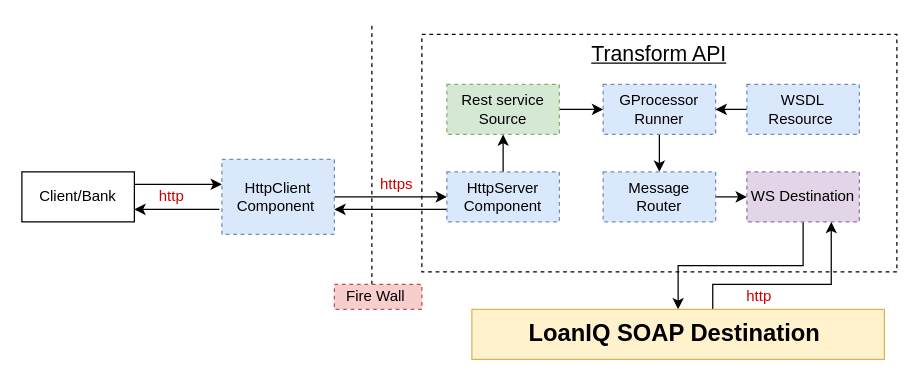
Earlier version of the draw.io diagram page "Page-2" (2 of 2) of src/Untitled Diagram.drawio (thrivikramarajarao/easy_test_domain). Source tidied: cells renumbered, new cells numbered last; positions are measured from the earlier drawing's top-left corner, leaving out a move shared by most shapes. Both pictures are drawn from the tidied source at 125%, with x=0, y=0 at pixel (21, 21).
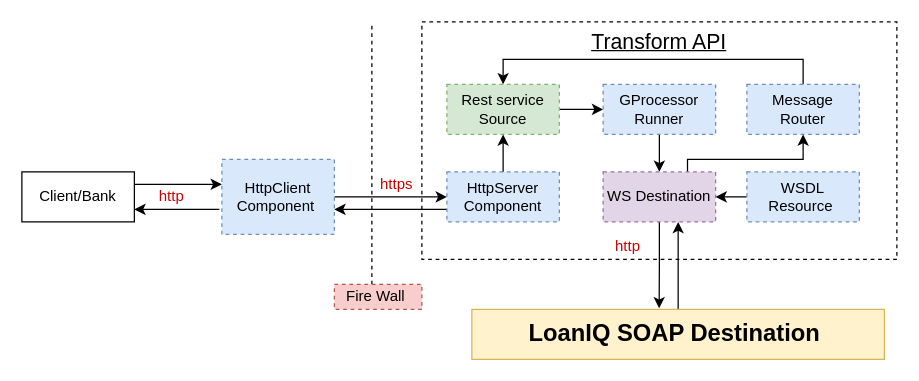
After the change.

Unchanged cells that the change refers to:
```xml
<mxCell id="11" value="Rest service Source" style="rounded=0;whiteSpace=wrap;html=1;fillColor=#d5e8d4;strokeColor=#82b366;dashed=1;" parent="1" vertex="1">
  <mxGeometry x="340" y="50" width="90" height="40" as="geometry" />
</mxCell>
<mxCell id="13" value="GProcessor Runner" style="rounded=0;whiteSpace=wrap;html=1;fillColor=#dae8fc;strokeColor=#6c8ebf;dashed=1;" parent="1" vertex="1">
  <mxGeometry x="465" y="50" width="90" height="40" as="geometry" />
</mxCell>
<mxCell id="24" value="&lt;b&gt;&lt;font style=&quot;font-size: 19px&quot;&gt;LoanIQ SOAP Destination&amp;nbsp;&lt;/font&gt;&lt;/b&gt;" style="rounded=0;whiteSpace=wrap;html=1;fillColor=#fff2cc;strokeColor=#d6b656;" parent="1" vertex="1">
  <mxGeometry x="360" y="230" width="330" height="40" as="geometry" />
</mxCell>
```

What changed in the source:
```diff
@@
     <mxCell id="2" value="Transform API" style="rounded=0;whiteSpace=wrap;html=1;dashed=1;verticalAlign=top;fontSize=17;fontStyle=4;" parent="1" vertex="1">
-      <mxGeometry x="320" y="10" width="380" height="190" as="geometry" />
+      <mxGeometry x="320" width="380" height="190" as="geometry" />
     </mxCell>
@@
-    <mxCell id="12" style="edgeStyle=orthogonalEdgeStyle;rounded=0;jettySize=auto;html=1;exitX=0.5;exitY=1;exitDx=0;exitDy=0;" parent="1" edge="1" source="13" target="20">
-      <mxGeometry relative="1" as="geometry" />
-    </mxCell>
+    <mxCell id="28" style="edgeStyle=orthogonalEdgeStyle;rounded=0;jettySize=auto;html=1;exitX=0.5;exitY=1;exitDx=0;exitDy=0;entryX=0.5;entryY=0;entryDx=0;entryDy=0;fontSize=12;fontColor=#CC0000;" parent="1" edge="1" source="13" target="22">
+      <mxGeometry relative="1" as="geometry" />
+    </mxCell>
@@
-    <mxCell id="14" style="edgeStyle=orthogonalEdgeStyle;rounded=0;jettySize=auto;html=1;exitX=0;exitY=0.5;exitDx=0;exitDy=0;entryX=1;entryY=0.5;entryDx=0;entryDy=0;" parent="1" edge="1" source="15" target="13">
-      <mxGeometry relative="1" as="geometry" />
-    </mxCell>
+    <mxCell id="29" style="edgeStyle=orthogonalEdgeStyle;rounded=0;jettySize=auto;html=1;entryX=1;entryY=0.5;entryDx=0;entryDy=0;fontSize=12;fontColor=#CC0000;" parent="1" edge="1" source="15" target="22">
+      <mxGeometry relative="1" as="geometry" />
+    </mxCell>
     <mxCell id="15" value="WSDL Resource&amp;nbsp;" style="rounded=0;whiteSpace=wrap;html=1;fillColor=#dae8fc;strokeColor=#6c8ebf;dashed=1;" parent="1" vertex="1">
-      <mxGeometry x="580" y="50" width="90" height="40" as="geometry" />
+      <mxGeometry x="580" y="120" width="90" height="40" as="geometry" />
     </mxCell>
@@
-    <mxCell id="19" style="edgeStyle=orthogonalEdgeStyle;rounded=0;jettySize=auto;html=1;exitX=1;exitY=0.5;exitDx=0;exitDy=0;entryX=0;entryY=0.5;entryDx=0;entryDy=0;" parent="1" edge="1" source="20" target="22">
-      <mxGeometry relative="1" as="geometry" />
-    </mxCell>
+    <mxCell id="30" style="edgeStyle=orthogonalEdgeStyle;rounded=0;jettySize=auto;html=1;exitX=0.5;exitY=0;exitDx=0;exitDy=0;entryX=0.5;entryY=0;entryDx=0;entryDy=0;fontSize=12;fontColor=#CC0000;" parent="1" edge="1" source="20" target="11">
+      <mxGeometry relative="1" as="geometry">
+        <Array as="points">
+          <mxPoint x="625" y="30" />
+          <mxPoint x="385" y="30" />
+        </Array>
+      </mxGeometry>
+    </mxCell>
     <mxCell id="20" value="Message Router" style="rounded=0;whiteSpace=wrap;html=1;fillColor=#dae8fc;strokeColor=#6c8ebf;dashed=1;" parent="1" vertex="1">
-      <mxGeometry x="465" y="120" width="90" height="40" as="geometry" />
+      <mxGeometry x="580" y="50" width="90" height="40" as="geometry" />
     </mxCell>
-    <mxCell id="21" style="edgeStyle=orthogonalEdgeStyle;rounded=0;jettySize=auto;html=1;exitX=0.5;exitY=1;exitDx=0;exitDy=0;entryX=0.5;entryY=0;entryDx=0;entryDy=0;" parent="1" edge="1" source="22" target="24">
+    <mxCell id="21" style="edgeStyle=orthogonalEdgeStyle;rounded=0;jettySize=auto;html=1;entryX=0.454;entryY=-0.021;entryDx=0;entryDy=0;entryPerimeter=0;fontSize=12;fontColor=#CC0000;" parent="1" edge="1" source="22" target="24">
       <mxGeometry relative="1" as="geometry" />
     </mxCell>
+    <mxCell id="31" style="edgeStyle=orthogonalEdgeStyle;rounded=0;jettySize=auto;html=1;exitX=0.75;exitY=0;exitDx=0;exitDy=0;fontSize=12;fontColor=#CC0000;" parent="1" edge="1" source="22" target="20">
+      <mxGeometry relative="1" as="geometry">
+        <Array as="points">
+          <mxPoint x="533" y="110" />
+          <mxPoint x="625" y="110" />
+        </Array>
+      </mxGeometry>
+    </mxCell>
     <mxCell id="22" value="WS Destination" style="rounded=0;whiteSpace=wrap;html=1;fillColor=#e1d5e7;strokeColor=#9673a6;dashed=1;" parent="1" vertex="1">
-      <mxGeometry x="580" y="120" width="90" height="40" as="geometry" />
+      <mxGeometry x="465" y="120" width="90" height="40" as="geometry" />
     </mxCell>
-    <mxCell id="23" style="edgeStyle=orthogonalEdgeStyle;rounded=0;jettySize=auto;html=1;entryX=0.75;entryY=1;entryDx=0;entryDy=0;fontSize=12;fontColor=#CC0000;exitX=0.584;exitY=0.05;exitDx=0;exitDy=0;exitPerimeter=0;" parent="1" edge="1" source="24" target="22">
-      <mxGeometry relative="1" as="geometry">
-        <Array as="points">
-          <mxPoint x="553" y="210" />
-          <mxPoint x="648" y="210" />
-        </Array>
-      </mxGeometry>
+    <mxCell id="23" style="edgeStyle=orthogonalEdgeStyle;rounded=0;jettySize=auto;html=1;entryX=0.667;entryY=1;entryDx=0;entryDy=0;entryPerimeter=0;fontSize=12;fontColor=#CC0000;" parent="1" edge="1" source="24" target="22">
+      <mxGeometry relative="1" as="geometry" />
     </mxCell>
@@
     <mxCell id="27" value="http" style="text;html=1;strokeColor=none;fillColor=none;align=center;verticalAlign=middle;whiteSpace=wrap;rounded=0;dashed=1;fontSize=12;fontColor=#CC0000;" parent="1" vertex="1">
-      <mxGeometry x="570" y="210" width="40" height="20" as="geometry" />
+      <mxGeometry x="465" y="170" width="40" height="20" as="geometry" />
     </mxCell>
```
